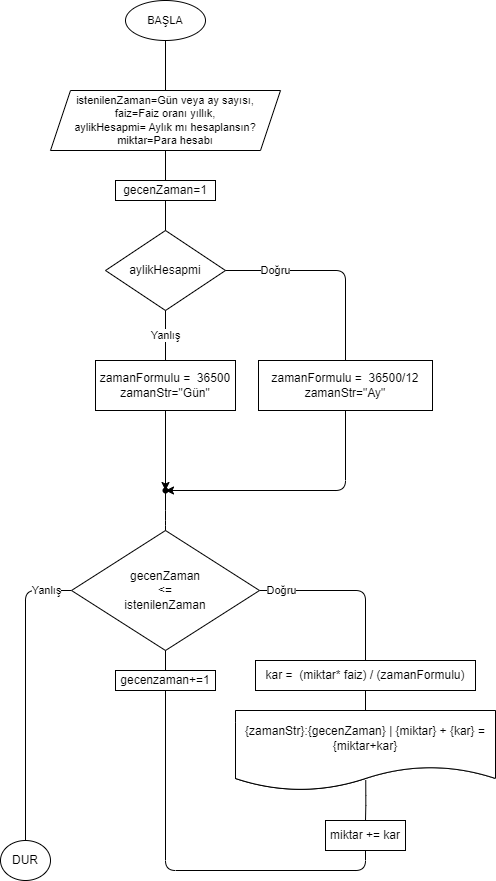
This is Diyagramlar/Akış Diyagramı.drawio.png from VirtualExecutive/Mevduat-Faiz-Hesaplama, a draw.io export, as it was before one commit. Source tidied: cells renumbered, new cells last; positions are measured from the earlier drawing's top-left corner, leaving out a move shared by most shapes.
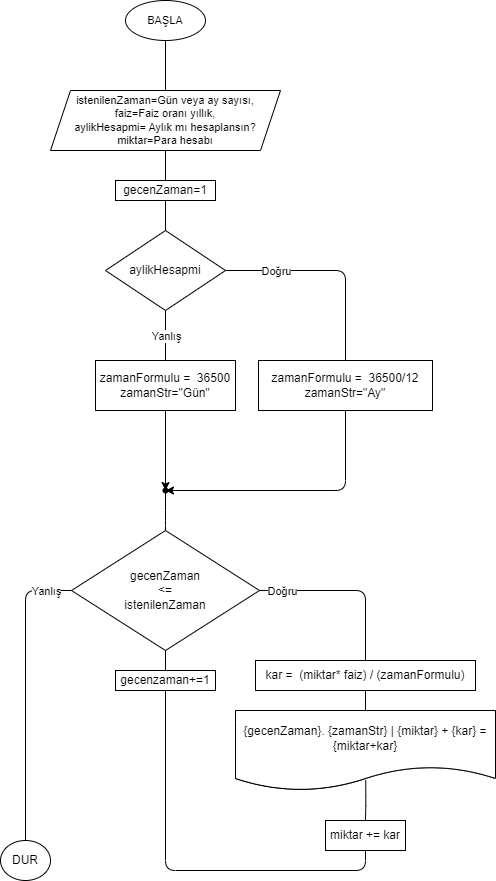
The same file after the commit.

Commit message:
Akış Diyagramı v1.1.2

İstatistik yazdırma çıktı kısmı düzeltildi.

Change to the diagram source:
```diff
@@ -109,7 +109,7 @@
     <mxCell id="31" value="gecenzaman+=1" style="rounded=0;whiteSpace=wrap;html=1;" parent="1" vertex="1">
       <mxGeometry x="115" y="670" width="100" height="20" as="geometry" />
     </mxCell>
-    <mxCell id="32" value="{zamanStr}:{gecenZaman} | {miktar} + {kar} = {miktar+kar}" style="shape=document;whiteSpace=wrap;html=1;boundedLbl=1;" parent="1" vertex="1">
+    <mxCell id="32" value="{gecenZaman}. {zamanStr} | {miktar} + {kar} = {miktar+kar}" style="shape=document;whiteSpace=wrap;html=1;boundedLbl=1;" parent="1" vertex="1">
       <mxGeometry x="235" y="710" width="260" height="80" as="geometry" />
     </mxCell>
     <mxCell id="33" value="DUR" style="ellipse;whiteSpace=wrap;html=1;" parent="1" vertex="1">
```
